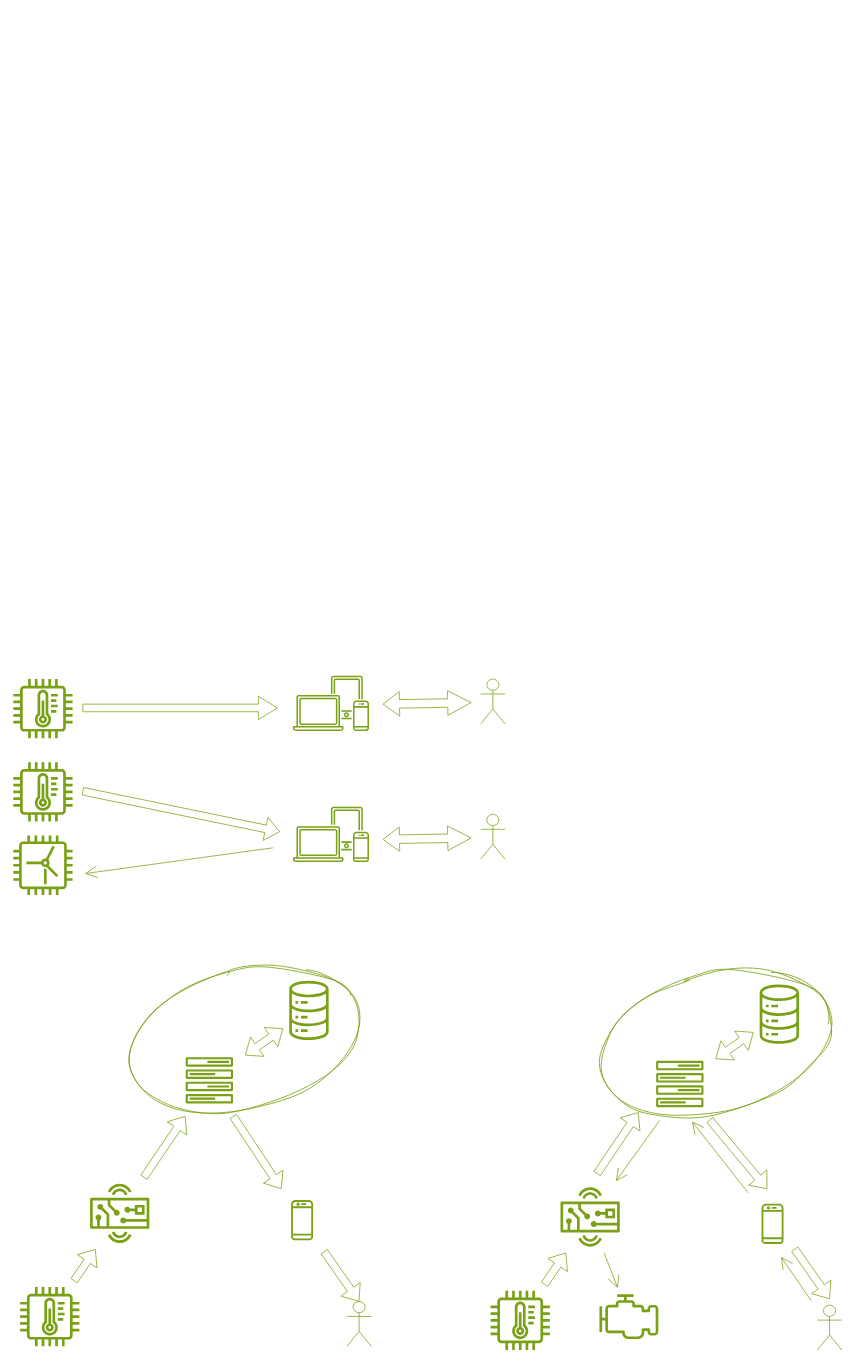
dejan-aleksic/PMF-IoT keeps this draw.io diagram as page "Page-3" (3 of 3) of Plan i program.drawio. Above is the earlier version. Source tidied: cells renumbered, new cells numbered last; positions are measured from the earlier drawing's top-left corner, leaving out a move shared by most shapes. Both pictures are drawn from the tidied source at 76%, with x=0, y=0 at pixel (13, 675).
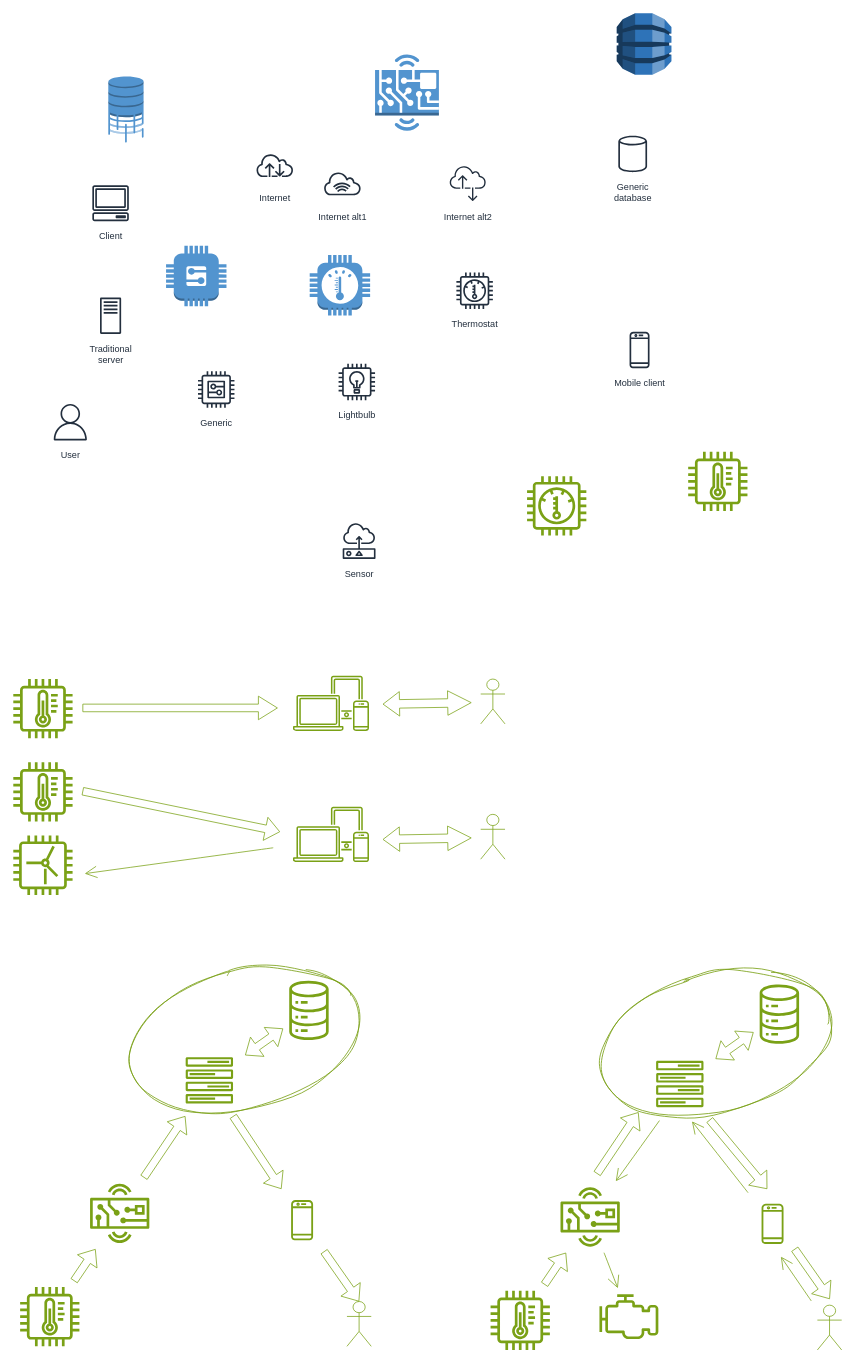
The same page after the edit.

Diff of the diagram source:
```diff
@@
+    <mxCell id="43" style="dashed=0;verticalLabelPosition=bottom;verticalAlign=top;align=center;html=1;shape=mxgraph.aws3.generic;fillColor=#5294CF;gradientColor=none;" parent="1" vertex="1">
+      <mxGeometry x="201" y="-565" width="79.5" height="79.5" as="geometry" />
+    </mxCell>
+    <mxCell id="44" style="dashed=0;verticalLabelPosition=bottom;verticalAlign=top;align=center;html=1;shape=mxgraph.aws3.thermostat;fillColor=#5294CF;gradientColor=none;" parent="1" vertex="1">
+      <mxGeometry x="390" y="-553" width="79.5" height="79.5" as="geometry" />
+    </mxCell>
+    <mxCell id="45" style="dashed=0;verticalLabelPosition=bottom;verticalAlign=top;align=center;html=1;shape=mxgraph.aws3.hardware_board;fillColor=#5294CF;gradientColor=none;" parent="1" vertex="1">
+      <mxGeometry x="476" y="-817" width="84" height="100.5" as="geometry" />
+    </mxCell>
+    <mxCell id="46" style="dashed=0;verticalLabelPosition=bottom;verticalAlign=top;align=center;html=1;shape=mxgraph.aws3.dynamo_db;fillColor=#2E73B8;gradientColor=none;" parent="1" vertex="1">
+      <mxGeometry x="794" y="-871" width="72" height="81" as="geometry" />
+    </mxCell>
+    <mxCell id="47" style="dashed=0;verticalLabelPosition=bottom;verticalAlign=top;align=center;html=1;shape=mxgraph.aws3.database_migration_workflow_job;fillColor=#5294CF;gradientColor=none;" parent="1" vertex="1">
+      <mxGeometry x="125" y="-788" width="46.5" height="87" as="geometry" />
+    </mxCell>
+    <mxCell id="48" value="Generic" style="sketch=0;fontColor=#232F3E;gradientColor=none;strokeColor=#232F3E;fillColor=#ffffff;dashed=0;verticalLabelPosition=bottom;verticalAlign=top;align=center;html=1;fontSize=12;fontStyle=0;shape=mxgraph.aws4.resourceIcon;resIcon=mxgraph.aws4.generic;" parent="1" vertex="1">
+      <mxGeometry x="237" y="-406" width="60" height="60" as="geometry" />
+    </mxCell>
+    <mxCell id="49" value="Lightbulb" style="sketch=0;fontColor=#232F3E;gradientColor=none;strokeColor=#232F3E;fillColor=#ffffff;dashed=0;verticalLabelPosition=bottom;verticalAlign=top;align=center;html=1;fontSize=12;fontStyle=0;shape=mxgraph.aws4.resourceIcon;resIcon=mxgraph.aws4.lightbulb;" parent="1" vertex="1">
+      <mxGeometry x="422" y="-416" width="60" height="60" as="geometry" />
+    </mxCell>
+    <mxCell id="50" value="Thermostat" style="sketch=0;fontColor=#232F3E;gradientColor=none;strokeColor=#232F3E;fillColor=#ffffff;dashed=0;verticalLabelPosition=bottom;verticalAlign=top;align=center;html=1;fontSize=12;fontStyle=0;shape=mxgraph.aws4.resourceIcon;resIcon=mxgraph.aws4.thermostat;" parent="1" vertex="1">
+      <mxGeometry x="577" y="-536" width="60" height="60" as="geometry" />
+    </mxCell>
+    <mxCell id="51" value="Generic&#10;database" style="sketch=0;fontColor=#232F3E;gradientColor=none;strokeColor=#232F3E;fillColor=#ffffff;dashed=0;verticalLabelPosition=bottom;verticalAlign=top;align=center;html=1;fontSize=12;fontStyle=0;shape=mxgraph.aws4.resourceIcon;resIcon=mxgraph.aws4.generic_database;" parent="1" vertex="1">
+      <mxGeometry x="785" y="-716" width="60" height="60" as="geometry" />
+    </mxCell>
+    <mxCell id="52" value="Client" style="sketch=0;fontColor=#232F3E;gradientColor=none;strokeColor=#232F3E;fillColor=#ffffff;dashed=0;verticalLabelPosition=bottom;verticalAlign=top;align=center;html=1;fontSize=12;fontStyle=0;shape=mxgraph.aws4.resourceIcon;resIcon=mxgraph.aws4.client;" parent="1" vertex="1">
+      <mxGeometry x="98" y="-651" width="60" height="60" as="geometry" />
+    </mxCell>
+    <mxCell id="53" value="Internet" style="sketch=0;fontColor=#232F3E;gradientColor=none;strokeColor=#232F3E;fillColor=#ffffff;dashed=0;verticalLabelPosition=bottom;verticalAlign=top;align=center;html=1;fontSize=12;fontStyle=0;shape=mxgraph.aws4.resourceIcon;resIcon=mxgraph.aws4.internet;" parent="1" vertex="1">
+      <mxGeometry x="314" y="-701" width="60" height="60" as="geometry" />
+    </mxCell>
+    <mxCell id="54" value="Internet alt1" style="sketch=0;fontColor=#232F3E;gradientColor=none;strokeColor=#232F3E;fillColor=#ffffff;dashed=0;verticalLabelPosition=bottom;verticalAlign=top;align=center;html=1;fontSize=12;fontStyle=0;shape=mxgraph.aws4.resourceIcon;resIcon=mxgraph.aws4.internet_alt1;" parent="1" vertex="1">
+      <mxGeometry x="403" y="-677" width="60" height="60" as="geometry" />
+    </mxCell>
+    <mxCell id="55" value="Internet alt2" style="sketch=0;fontColor=#232F3E;gradientColor=none;strokeColor=#232F3E;fillColor=#ffffff;dashed=0;verticalLabelPosition=bottom;verticalAlign=top;align=center;html=1;fontSize=12;fontStyle=0;shape=mxgraph.aws4.resourceIcon;resIcon=mxgraph.aws4.internet_alt2;" parent="1" vertex="1">
+      <mxGeometry x="568" y="-677" width="60" height="60" as="geometry" />
+    </mxCell>
+    <mxCell id="56" value="Mobile client" style="sketch=0;fontColor=#232F3E;gradientColor=none;strokeColor=#232F3E;fillColor=#ffffff;dashed=0;verticalLabelPosition=bottom;verticalAlign=top;align=center;html=1;fontSize=12;fontStyle=0;shape=mxgraph.aws4.resourceIcon;resIcon=mxgraph.aws4.mobile_client;" parent="1" vertex="1">
+      <mxGeometry x="794" y="-458" width="60" height="60" as="geometry" />
+    </mxCell>
+    <mxCell id="57" value="Traditional&#10;server" style="sketch=0;fontColor=#232F3E;gradientColor=none;strokeColor=#232F3E;fillColor=#ffffff;dashed=0;verticalLabelPosition=bottom;verticalAlign=top;align=center;html=1;fontSize=12;fontStyle=0;shape=mxgraph.aws4.resourceIcon;resIcon=mxgraph.aws4.traditional_server;" parent="1" vertex="1">
+      <mxGeometry x="98" y="-503" width="60" height="60" as="geometry" />
+    </mxCell>
+    <mxCell id="58" value="User" style="sketch=0;fontColor=#232F3E;gradientColor=none;strokeColor=#232F3E;fillColor=#ffffff;dashed=0;verticalLabelPosition=bottom;verticalAlign=top;align=center;html=1;fontSize=12;fontStyle=0;shape=mxgraph.aws4.resourceIcon;resIcon=mxgraph.aws4.user;" parent="1" vertex="1">
+      <mxGeometry x="45" y="-363" width="60" height="60" as="geometry" />
+    </mxCell>
+    <mxCell id="59" value="Sensor" style="sketch=0;fontColor=#232F3E;gradientColor=none;strokeColor=#232F3E;fillColor=#ffffff;dashed=0;verticalLabelPosition=bottom;verticalAlign=top;align=center;html=1;fontSize=12;fontStyle=0;shape=mxgraph.aws4.resourceIcon;resIcon=mxgraph.aws4.sensor;" parent="1" vertex="1">
+      <mxGeometry x="425" y="-207" width="60" height="60" as="geometry" />
+    </mxCell>
+    <mxCell id="60" style="sketch=0;fontColor=#232F3E;gradientColor=none;fillColor=#7AA116;strokeColor=none;dashed=0;verticalLabelPosition=bottom;verticalAlign=top;align=center;html=1;fontSize=12;fontStyle=0;shape=mxgraph.aws4.thermostat;" parent="1" vertex="1">
+      <mxGeometry x="676" y="-262" width="78" height="78" as="geometry" />
+    </mxCell>
+    <mxCell id="61" style="sketch=0;fontColor=#232F3E;gradientColor=none;fillColor=#7AA116;strokeColor=none;dashed=0;verticalLabelPosition=bottom;verticalAlign=top;align=center;html=1;fontSize=12;fontStyle=0;shape=mxgraph.aws4.iot_thing_temperature_sensor;" parent="1" vertex="1">
+      <mxGeometry x="888" y="-294" width="78" height="78" as="geometry" />
+    </mxCell>
```
